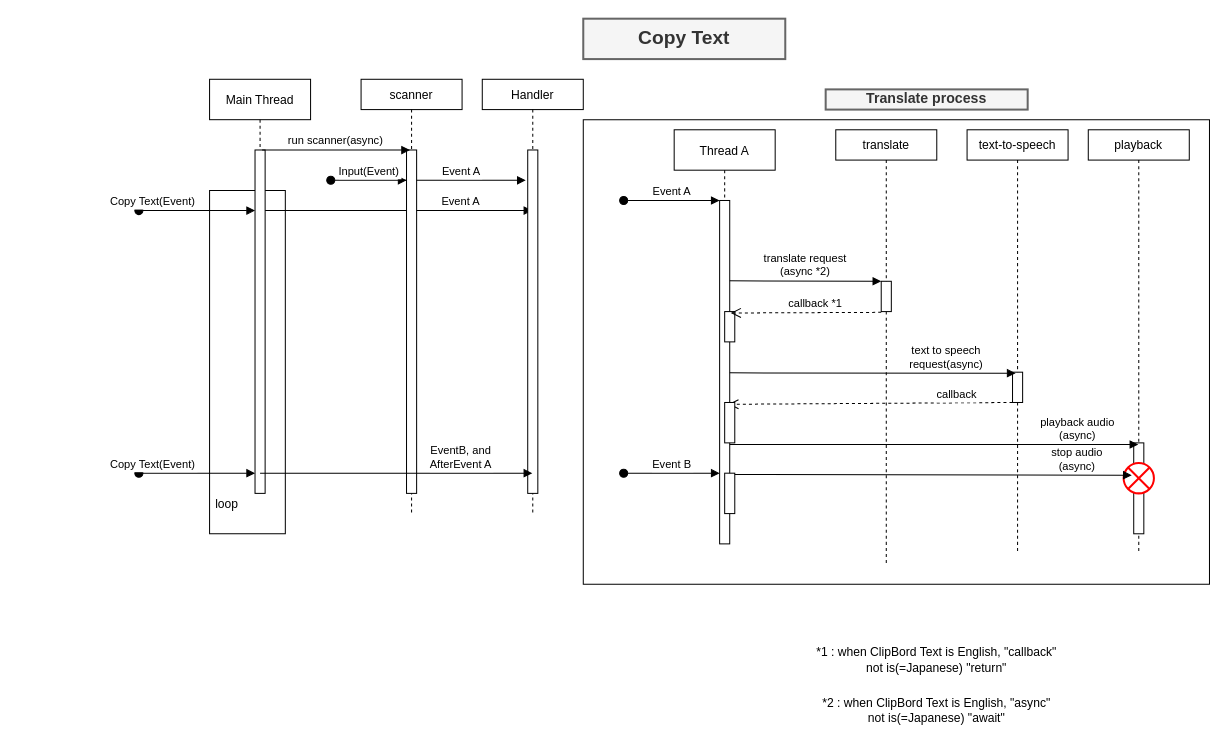
monkey999por/translation keeps this draw.io diagram as sequence.drawio. Above is the earlier version. Source tidied: cells renumbered, new cells numbered last; positions are measured from the earlier drawing's top-left corner, leaving out a move shared by most shapes. Both pictures are drawn from the tidied source at 101%, with x=0, y=0 at pixel (138, 18).
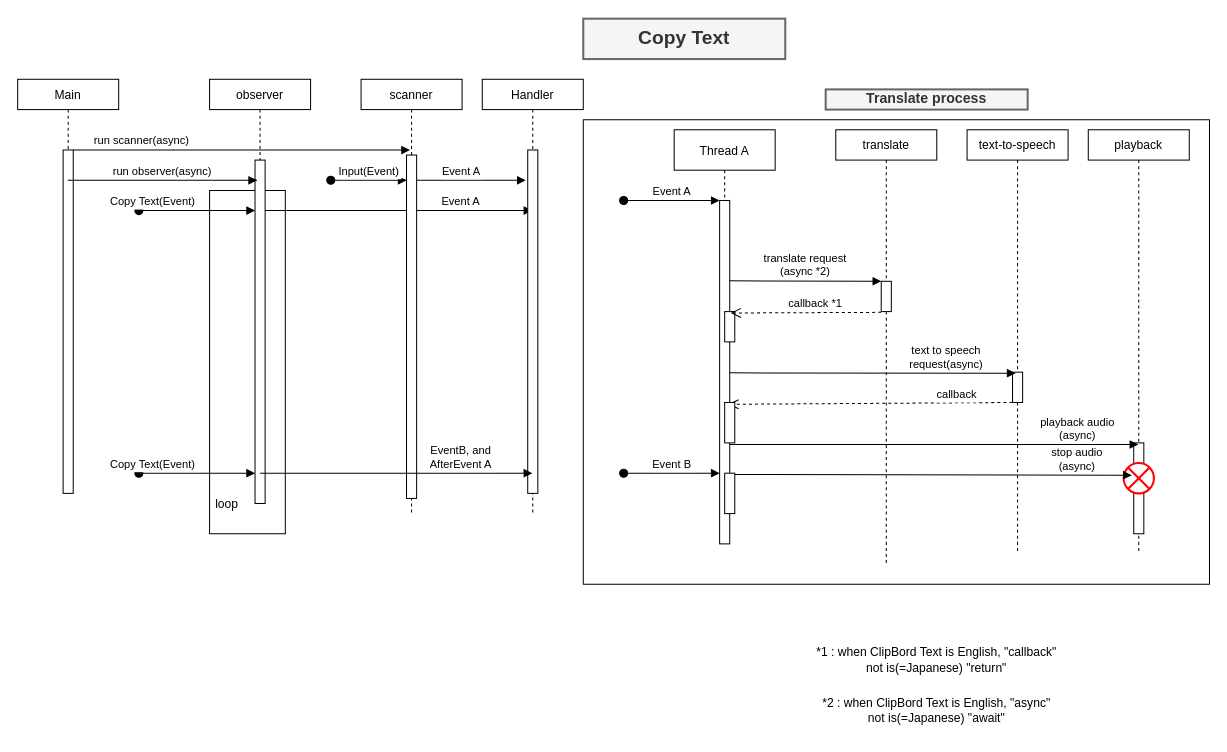
After the change.

Commit message:
sequence.drawio を更新します

Unchanged cells that the change refers to:
```xml
<mxCell id="25" value="scanner" style="shape=umlLifeline;perimeter=lifelinePerimeter;rounded=0;shadow=0;strokeWidth=1;size=30;" parent="1" vertex="1">
  <mxGeometry x="220" y="60" width="100" height="430" as="geometry" />
</mxCell>
```

Diff of the diagram source:
```diff
@@
-    <mxCell id="9" value="Main Thread" style="shape=umlLifeline;perimeter=lifelinePerimeter;rounded=0;shadow=0;strokeWidth=1;" parent="1" vertex="1">
+    <mxCell id="9" value="observer" style="shape=umlLifeline;perimeter=lifelinePerimeter;rounded=0;shadow=0;strokeWidth=1;size=30;" parent="1" vertex="1">
       <mxGeometry x="70" y="60" width="100" height="410" as="geometry" />
     </mxCell>
     <mxCell id="10" style="points=[];perimeter=orthogonalPerimeter;rounded=0;shadow=0;strokeWidth=1;" parent="9" vertex="1">
-      <mxGeometry x="45" y="70" width="10" height="340" as="geometry" />
+      <mxGeometry x="45" y="80" width="10" height="340" as="geometry" />
     </mxCell>
@@
     <mxCell id="26" style="perimeter=orthogonalPerimeter;rounded=0;shadow=0;strokeWidth=1;" parent="25" vertex="1">
-      <mxGeometry x="45" y="70" width="10" height="340" as="geometry" />
+      <mxGeometry x="45" y="75" width="10" height="340" as="geometry" />
     </mxCell>
     <mxCell id="27" value="run scanner(async)" style="verticalAlign=bottom;endArrow=block;entryX=0.484;entryY=0.163;shadow=0;strokeWidth=1;align=center;entryDx=0;entryDy=0;entryPerimeter=0;" parent="1" edge="1" target="25">
       <mxGeometry relative="1" as="geometry">
         <mxPoint x="122" y="130" as="sourcePoint" />
+        <Array as="points">
+          <mxPoint x="-70" y="130" />
+        </Array>
       </mxGeometry>
     </mxCell>
@@
+    <mxCell id="42" value="Main" style="shape=umlLifeline;perimeter=lifelinePerimeter;rounded=0;shadow=0;strokeWidth=1;size=30;" parent="1" vertex="1">
+      <mxGeometry x="-120" y="60" width="100" height="410" as="geometry" />
+    </mxCell>
+    <mxCell id="43" style="perimeter=orthogonalPerimeter;rounded=0;shadow=0;strokeWidth=1;" parent="42" vertex="1">
+      <mxGeometry x="45" y="70" width="10" height="340" as="geometry" />
+    </mxCell>
+    <mxCell id="44" style="verticalAlign=bottom;endArrow=block;shadow=0;strokeWidth=1;align=center;" parent="42" edge="1">
+      <mxGeometry relative="1" as="geometry">
+        <mxPoint x="237" y="100" as="sourcePoint" />
+        <mxPoint x="237" y="100" as="targetPoint" />
+        <Array as="points">
+          <mxPoint x="45" y="100" />
+        </Array>
+      </mxGeometry>
+    </mxCell>
+    <mxCell id="45" value="run observer(async)" style="edgeLabel;html=1;align=center;verticalAlign=middle;" parent="44" vertex="1">
+      <mxGeometry x="0.55" y="2" relative="1" as="geometry">
+        <mxPoint x="-9" y="-8" as="offset" />
+      </mxGeometry>
+    </mxCell>
```
